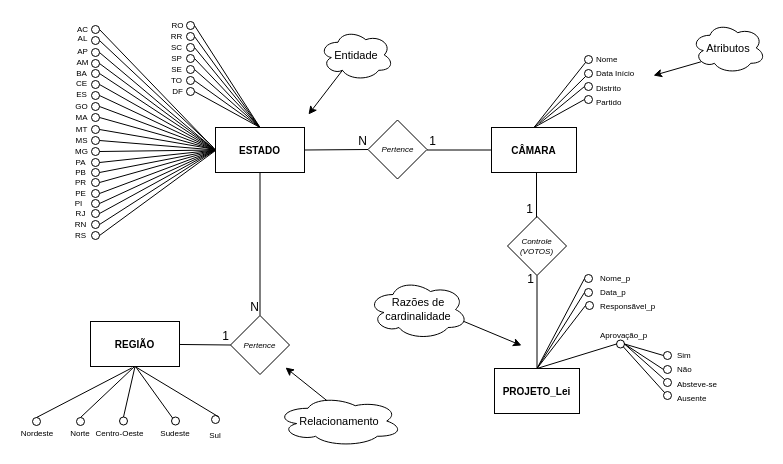
The draw.io diagram Diagrama_Câmara_dos_Deputados.drawio in dyannacruz/fatec_Bancos_e_armazens_de_dados, before the edit. Source tidied: cells renumbered, new cells numbered last; positions are measured from the earlier drawing's top-left corner, leaving out a move shared by most shapes. Both pictures are drawn from the tidied source at 100%, with x=0, y=0 at pixel (17, 17).
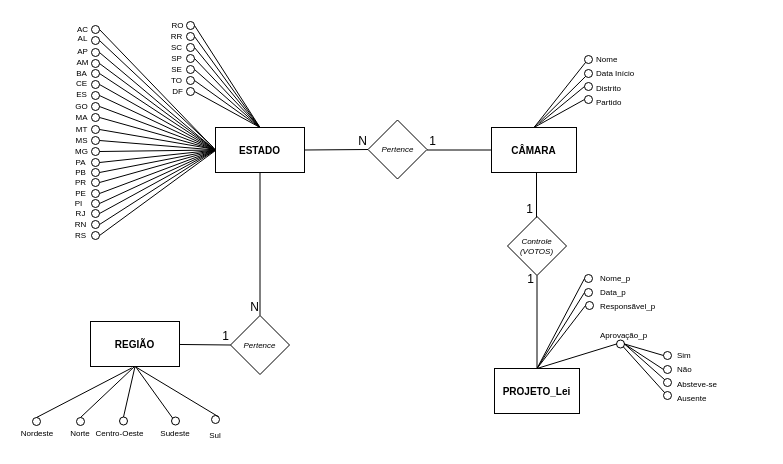
The same diagram, later.

Diff of the diagram source:
```diff
@@
-    <mxCell id="130" value="Razões de cardinalidade" style="ellipse;shape=cloud;whiteSpace=wrap;html=1;align=center;fontSize=11;labelBackgroundColor=none;rounded=0;" parent="1" vertex="1">
-      <mxGeometry x="350.5" y="262" width="100" height="60" as="geometry" />
-    </mxCell>
-    <mxCell id="131" style="endArrow=classic;html=1;rounded=0;exitX=0.96;exitY=0.7;exitDx=0;exitDy=0;exitPerimeter=0;labelBackgroundColor=none;fontColor=default;" parent="1" edge="1" source="130">
-      <mxGeometry relative="1" as="geometry">
-        <mxPoint x="504" y="328" as="targetPoint" />
-      </mxGeometry>
-    </mxCell>
-    <mxCell id="132" value="Atributos" style="ellipse;shape=cloud;whiteSpace=wrap;html=1;align=center;fontSize=11;labelBackgroundColor=none;rounded=0;" parent="1" vertex="1">
-      <mxGeometry x="674" y="5" width="74" height="51" as="geometry" />
-    </mxCell>
-    <mxCell id="133" style="endArrow=classic;html=1;rounded=0;exitX=0.13;exitY=0.77;exitDx=0;exitDy=0;exitPerimeter=0;labelBackgroundColor=none;fontColor=default;" parent="1" edge="1" source="132">
-      <mxGeometry relative="1" as="geometry">
-        <mxPoint x="636" y="58" as="targetPoint" />
-      </mxGeometry>
-    </mxCell>
-    <mxCell id="134" value="Entidade" style="ellipse;shape=cloud;whiteSpace=wrap;html=1;align=center;fontSize=11;labelBackgroundColor=none;rounded=0;" parent="1" vertex="1">
-      <mxGeometry x="302" y="12" width="74" height="51" as="geometry" />
-    </mxCell>
-    <mxCell id="135" style="endArrow=classic;html=1;rounded=0;exitX=0.31;exitY=0.8;exitDx=0;exitDy=0;exitPerimeter=0;labelBackgroundColor=none;fontColor=default;" parent="1" edge="1" source="134">
-      <mxGeometry relative="1" as="geometry">
-        <mxPoint x="291" y="97" as="targetPoint" />
-      </mxGeometry>
-    </mxCell>
-    <mxCell id="136" value="Relacionamento" style="ellipse;shape=cloud;whiteSpace=wrap;html=1;align=center;fontSize=11;labelBackgroundColor=none;rounded=0;" parent="1" vertex="1">
-      <mxGeometry x="259" y="378" width="126" height="51" as="geometry" />
-    </mxCell>
-    <mxCell id="137" style="endArrow=classic;html=1;rounded=0;exitX=0.4;exitY=0.1;exitDx=0;exitDy=0;exitPerimeter=0;labelBackgroundColor=none;fontColor=default;" parent="1" edge="1" source="136">
-      <mxGeometry relative="1" as="geometry">
-        <mxPoint x="268" y="350" as="targetPoint" />
-      </mxGeometry>
-    </mxCell>
```
